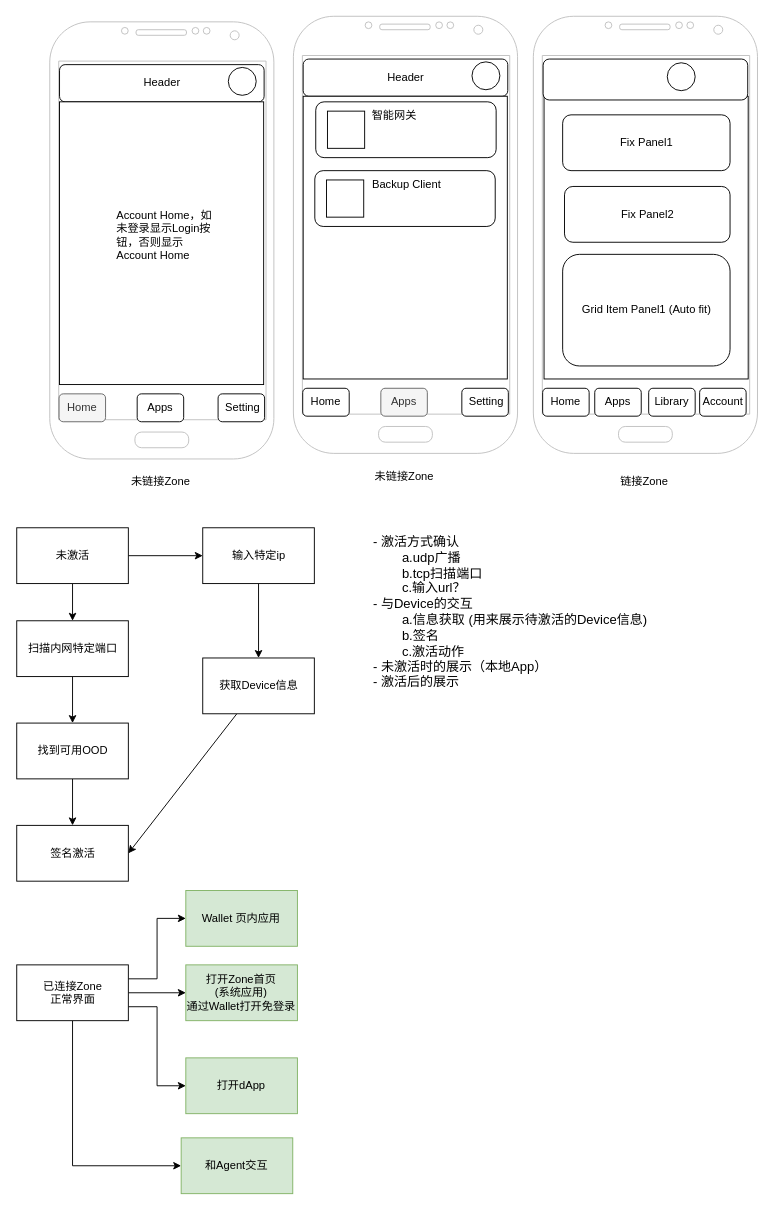
This is page "激活" (3 of 4) of doc/PRD/desktop_beta1.drawio from buckyos/buckyos, a draw.io file, before an edit. Source tidied: cells renumbered, new cells numbered last; positions are measured from the earlier drawing's top-left corner, leaving out a move shared by most shapes. Both pictures are drawn from the tidied source at 93%, with x=0, y=0 at pixel (16, 16).
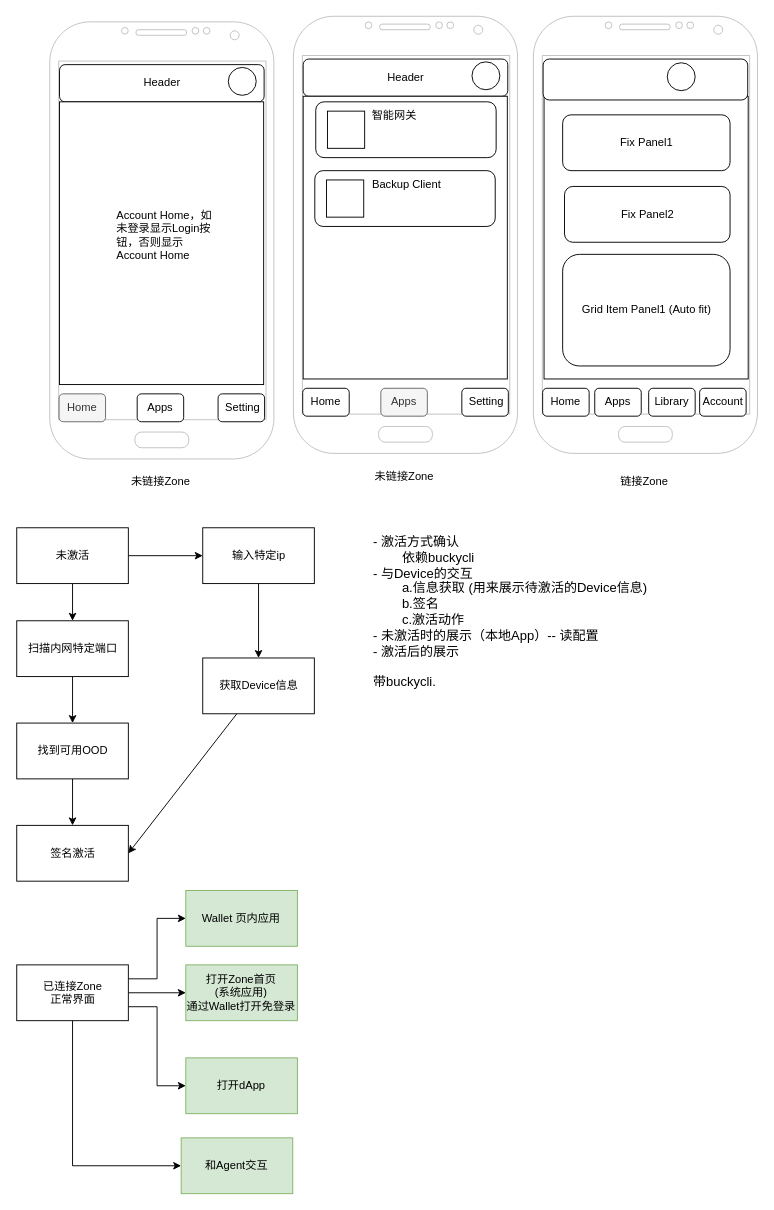
The same page after the edit.

Diff of the diagram source:
```diff
@@
-    <mxCell id="58" value="- 激活方式确认&amp;nbsp;&lt;div&gt;&lt;span style=&quot;white-space: pre;&quot;&gt;&#9;&lt;/span&gt;a.udp广播&lt;/div&gt;&lt;div&gt;&lt;span style=&quot;white-space: pre;&quot;&gt;&#9;&lt;/span&gt;b.tcp扫描端口&lt;br&gt;&lt;/div&gt;&lt;div&gt;&lt;span style=&quot;white-space: pre;&quot;&gt;&#9;&lt;/span&gt;c.输入url？&lt;br&gt;&lt;/div&gt;&lt;div&gt;- 与Device的交互&lt;/div&gt;&lt;div&gt;&lt;span style=&quot;white-space: pre;&quot;&gt;&#9;&lt;/span&gt;a.信息获取 (用来展示待激活的Device信息)&lt;br&gt;&lt;/div&gt;&lt;div&gt;&lt;span style=&quot;white-space: pre;&quot;&gt;&#9;&lt;/span&gt;b.签名&lt;br&gt;&lt;/div&gt;&lt;div&gt;&lt;span style=&quot;white-space: pre;&quot;&gt;&#9;&lt;/span&gt;c.激活动作&lt;br&gt;&lt;/div&gt;&lt;div&gt;- 未激活时的展示（本地App）&lt;/div&gt;&lt;div&gt;- 激活后的展示&lt;/div&gt;" style="text;html=1;align=left;verticalAlign=top;whiteSpace=wrap;rounded=0;fontSize=14;" parent="1" vertex="1">
+    <mxCell id="58" value="- 激活方式确认&amp;nbsp;&lt;div&gt;&lt;span style=&quot;white-space: pre;&quot;&gt;&#9;&lt;/span&gt;依赖buckycli&lt;/div&gt;&lt;div&gt;- 与Device的交互&lt;/div&gt;&lt;div&gt;&lt;span style=&quot;white-space: pre;&quot;&gt;&#9;&lt;/span&gt;a.信息获取 (用来展示待激活的Device信息)&lt;br&gt;&lt;/div&gt;&lt;div&gt;&lt;span style=&quot;white-space: pre;&quot;&gt;&#9;&lt;/span&gt;b.签名&lt;br&gt;&lt;/div&gt;&lt;div&gt;&lt;span style=&quot;white-space: pre;&quot;&gt;&#9;&lt;/span&gt;c.激活动作&lt;br&gt;&lt;/div&gt;&lt;div&gt;- 未激活时的展示（本地App）-- 读配置&lt;/div&gt;&lt;div&gt;- 激活后的展示&lt;/div&gt;&lt;div&gt;&lt;br&gt;&lt;/div&gt;&lt;div&gt;带buckycli.&lt;/div&gt;" style="text;html=1;align=left;verticalAlign=top;whiteSpace=wrap;rounded=0;fontSize=14;" parent="1" vertex="1">
       <mxGeometry x="382" y="550" width="354" height="330" as="geometry" />
     </mxCell>
```
